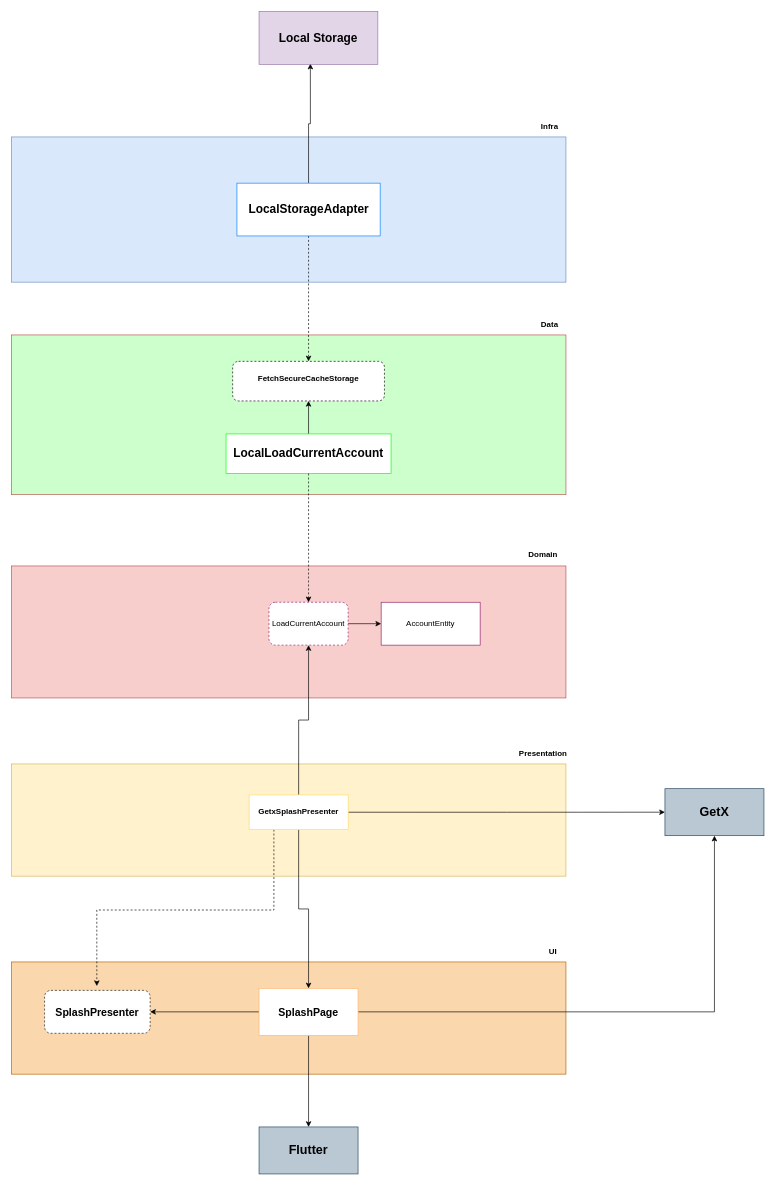
This is page "Splash" (4 of 4) of requirements/Arquitetura TattooManager.drawio from PedroMerinoDev/tattoo_manager, a draw.io file, before an edit. Source tidied: cells renumbered, new cells numbered last; positions are measured from the earlier drawing's top-left corner, leaving out a move shared by most shapes. Both pictures are drawn from the tidied source at 66%, with x=0, y=0 at pixel (11, 11).
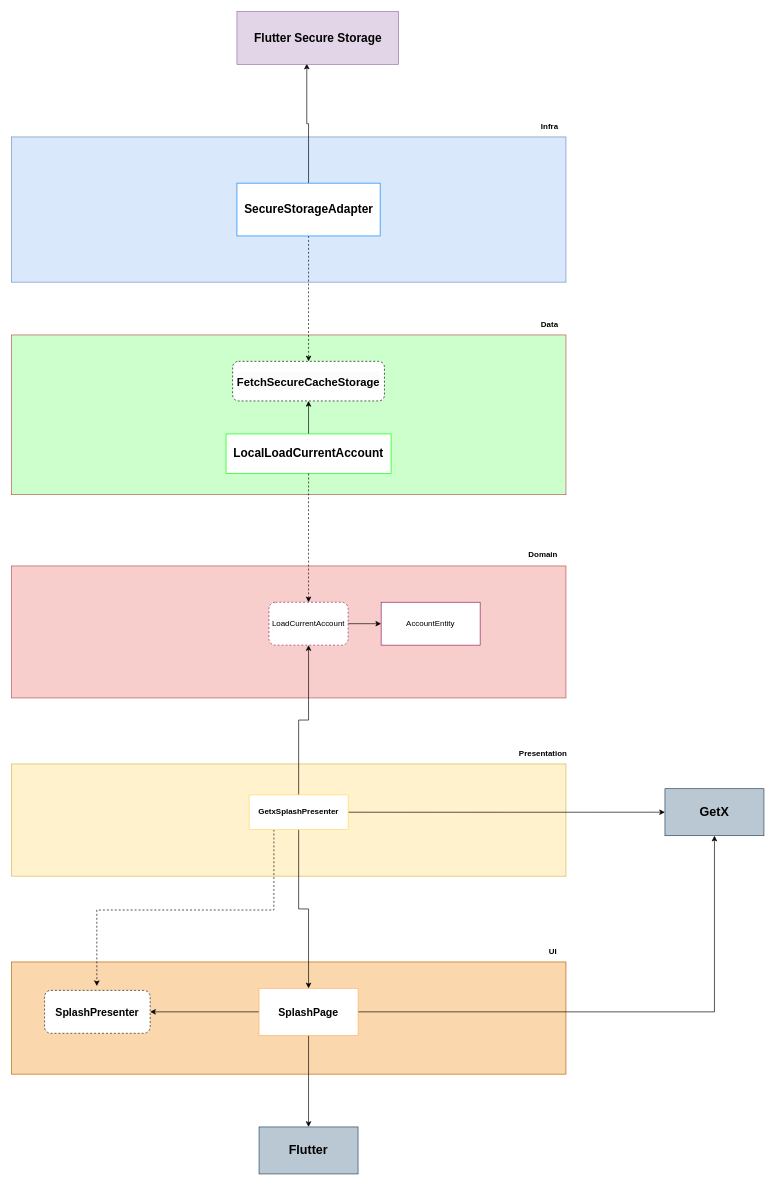
Above is the later version.

What changed in the source:
```diff
@@
-    <mxCell id="31" value="&lt;h2&gt;LocalStorageAdapter&lt;/h2&gt;" style="rounded=0;whiteSpace=wrap;html=1;strokeColor=#007FFF;" parent="1" vertex="1">
+    <mxCell id="31" value="&lt;h2&gt;SecureStorageAdapter&lt;/h2&gt;" style="rounded=0;whiteSpace=wrap;html=1;strokeColor=#007FFF;" parent="1" vertex="1">
       <mxGeometry x="341.5" y="260" width="217" height="80" as="geometry" />
     </mxCell>
-    <mxCell id="32" value="&lt;h2&gt;Local Storage&lt;/h2&gt;" style="rounded=0;whiteSpace=wrap;html=1;strokeColor=#9673a6;fillColor=#e1d5e7;" parent="1" vertex="1">
-      <mxGeometry x="375" width="180" height="80" as="geometry" />
+    <mxCell id="32" value="&lt;h2&gt;Flutter Secure Storage&lt;/h2&gt;" style="rounded=0;whiteSpace=wrap;html=1;strokeColor=#9673a6;fillColor=#e1d5e7;" parent="1" vertex="1">
+      <mxGeometry x="341.5" width="245" height="80" as="geometry" />
     </mxCell>
@@
-    <mxCell id="34" value="&lt;h1&gt;&lt;span style=&quot;color: rgb(0, 0, 0); font-family: Helvetica; font-size: 12px; font-style: normal; font-variant-ligatures: normal; font-variant-caps: normal; letter-spacing: normal; orphans: 2; text-align: center; text-indent: 0px; text-transform: none; widows: 2; word-spacing: 0px; -webkit-text-stroke-width: 0px; background-color: rgb(251, 251, 251); text-decoration-thickness: initial; text-decoration-style: initial; text-decoration-color: initial; float: none; display: inline !important;&quot;&gt;&lt;b&gt;FetchSecureCacheStorage&lt;/b&gt;&lt;/span&gt;&lt;/h1&gt;&lt;span style=&quot;color: rgb(0, 0, 0); font-family: Helvetica; font-size: 12px; font-style: normal; font-variant-ligatures: normal; font-variant-caps: normal; letter-spacing: normal; orphans: 2; text-align: center; text-indent: 0px; text-transform: none; widows: 2; word-spacing: 0px; -webkit-text-stroke-width: 0px; background-color: rgb(251, 251, 251); text-decoration-thickness: initial; text-decoration-style: initial; text-decoration-color: initial; float: none; display: inline !important;&quot;&gt;&lt;br&gt;&lt;/span&gt;" style="rounded=1;whiteSpace=wrap;html=1;dashed=1;" parent="1" vertex="1">
+    <mxCell id="34" value="&lt;h1&gt;&lt;span style=&quot;color: rgb(0, 0, 0); font-family: Helvetica; font-style: normal; font-variant-ligatures: normal; font-variant-caps: normal; letter-spacing: normal; orphans: 2; text-align: center; text-indent: 0px; text-transform: none; widows: 2; word-spacing: 0px; -webkit-text-stroke-width: 0px; background-color: rgb(251, 251, 251); text-decoration-thickness: initial; text-decoration-style: initial; text-decoration-color: initial; float: none; display: inline !important;&quot;&gt;&lt;b style=&quot;&quot;&gt;&lt;font style=&quot;font-size: 17px;&quot;&gt;FetchSecureCacheStorage&lt;/font&gt;&lt;/b&gt;&lt;/span&gt;&lt;/h1&gt;" style="rounded=1;whiteSpace=wrap;html=1;dashed=1;" parent="1" vertex="1">
       <mxGeometry x="335" y="530" width="230" height="60" as="geometry" />
     </mxCell>
```
